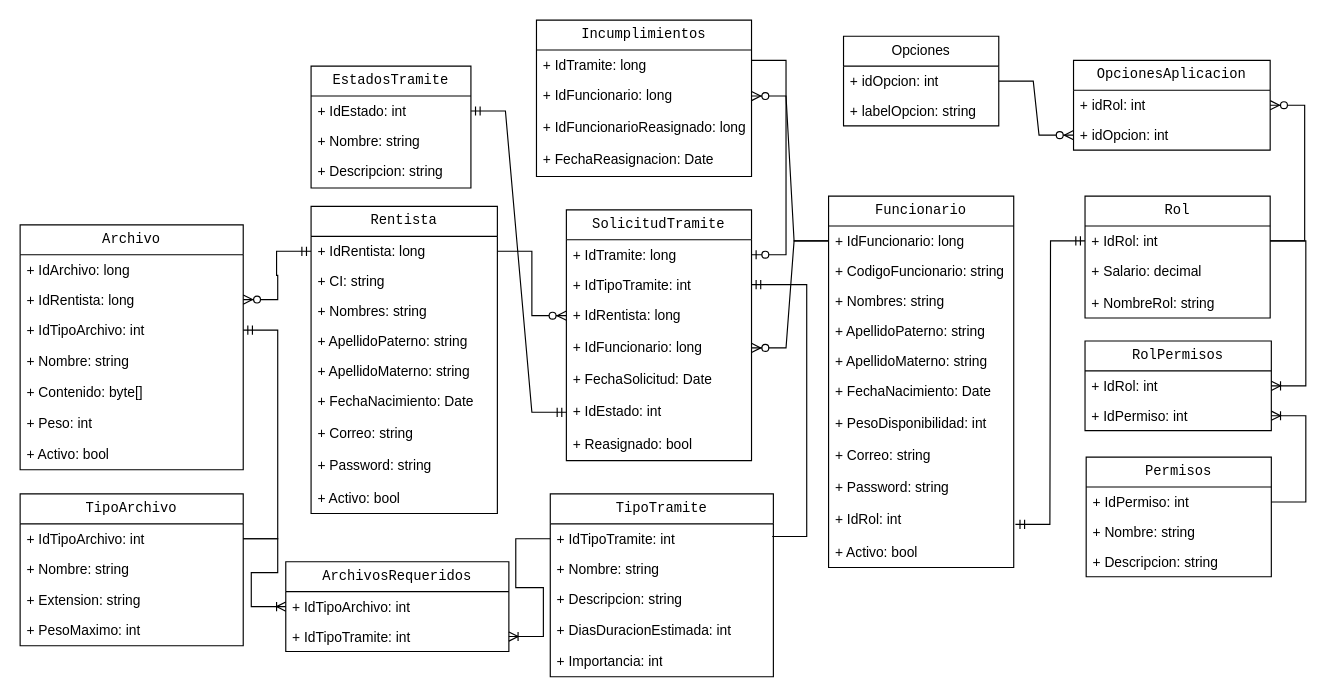
This is Documentacion/diagramaEntidadRelacion.drawio from BiMq0/MiTramite.bo, a draw.io file, before an edit. Source tidied: cells renumbered, new cells numbered last; positions are measured from the earlier drawing's top-left corner, leaving out a move shared by most shapes. Both pictures are drawn from the tidied source at 115%, with x=0, y=0 at pixel (20, 20).
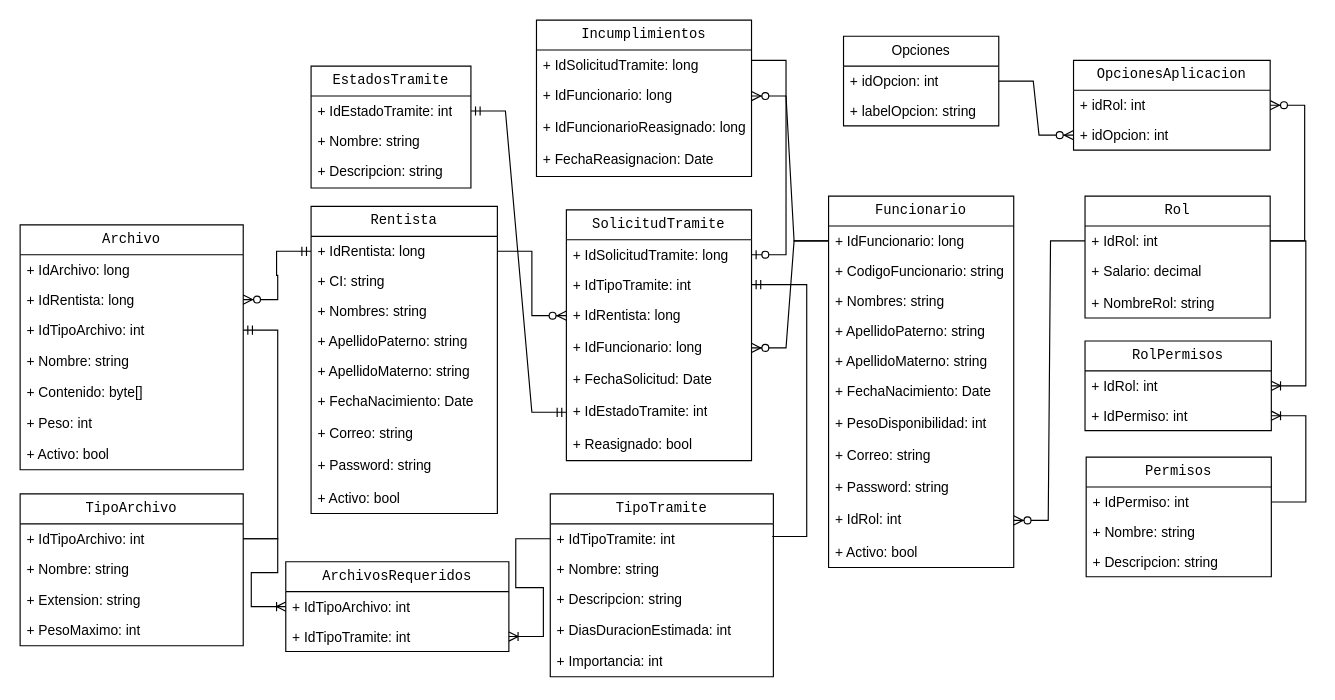
The same page after the edit.

Unchanged cells that the change refers to:
```xml
<mxCell id="22" value="+ IdRol: int" style="text;strokeColor=none;fillColor=none;align=left;verticalAlign=top;spacingLeft=4;spacingRight=4;overflow=hidden;points=[[0,0.5],[1,0.5]];portConstraint=eastwest;whiteSpace=wrap;html=1;labelBackgroundColor=none;" parent="12" vertex="1">
  <mxGeometry y="268" width="161" height="28" as="geometry" />
</mxCell>
<mxCell id="25" value="+ IdRol: int" style="text;strokeColor=none;fillColor=none;align=left;verticalAlign=top;spacingLeft=4;spacingRight=4;overflow=hidden;points=[[0,0.5],[1,0.5]];portConstraint=eastwest;whiteSpace=wrap;html=1;labelBackgroundColor=none;" parent="24" vertex="1">
  <mxGeometry y="26" width="161" height="26" as="geometry" />
</mxCell>
<mxCell id="35" value="SolicitudTramite" style="swimlane;fontStyle=0;horizontal=1;startSize=26;fillColor=none;whiteSpace=wrap;html=1;fontFamily=Courier New;labelBackgroundColor=none;" parent="1" vertex="1">
  <mxGeometry x="475" y="165" width="161" height="218" as="geometry" />
</mxCell>
<mxCell id="49" value="EstadosTramite" style="swimlane;fontStyle=0;horizontal=1;startSize=26;fillColor=none;whiteSpace=wrap;html=1;fontFamily=Courier New;labelBackgroundColor=none;" parent="1" vertex="1">
  <mxGeometry x="253" y="40" width="139" height="106" as="geometry" />
</mxCell>
<mxCell id="69" value="Incumplimientos" style="swimlane;fontStyle=0;horizontal=1;startSize=26;fillColor=none;whiteSpace=wrap;html=1;fontFamily=Courier New;labelBackgroundColor=none;" parent="1" vertex="1">
  <mxGeometry x="449" width="187" height="136" as="geometry" />
</mxCell>
```

Diff of the diagram source:
```diff
@@
-    <mxCell id="36" value="+ IdTramite: long" style="text;strokeColor=none;fillColor=none;align=left;verticalAlign=top;spacingLeft=4;spacingRight=4;overflow=hidden;points=[[0,0.5],[1,0.5]];portConstraint=eastwest;whiteSpace=wrap;html=1;labelBackgroundColor=none;" parent="35" vertex="1">
+    <mxCell id="36" value="+ IdSolicitudTramite: long" style="text;strokeColor=none;fillColor=none;align=left;verticalAlign=top;spacingLeft=4;spacingRight=4;overflow=hidden;points=[[0,0.5],[1,0.5]];portConstraint=eastwest;whiteSpace=wrap;html=1;labelBackgroundColor=none;" parent="35" vertex="1">
       <mxGeometry y="26" width="161" height="26" as="geometry" />
     </mxCell>
@@
-    <mxCell id="41" value="+ IdEstado: int" style="text;strokeColor=none;fillColor=none;align=left;verticalAlign=top;spacingLeft=4;spacingRight=4;overflow=hidden;points=[[0,0.5],[1,0.5]];portConstraint=eastwest;whiteSpace=wrap;html=1;labelBackgroundColor=none;" parent="35" vertex="1">
+    <mxCell id="41" value="+ IdEstadoTramite: int" style="text;strokeColor=none;fillColor=none;align=left;verticalAlign=top;spacingLeft=4;spacingRight=4;overflow=hidden;points=[[0,0.5],[1,0.5]];portConstraint=eastwest;whiteSpace=wrap;html=1;labelBackgroundColor=none;" parent="35" vertex="1">
       <mxGeometry y="162" width="161" height="28" as="geometry" />
     </mxCell>
@@
-    <mxCell id="50" value="+ IdEstado: int" style="text;strokeColor=none;fillColor=none;align=left;verticalAlign=top;spacingLeft=4;spacingRight=4;overflow=hidden;points=[[0,0.5],[1,0.5]];portConstraint=eastwest;whiteSpace=wrap;html=1;labelBackgroundColor=none;" parent="49" vertex="1">
+    <mxCell id="50" value="+ IdEstadoTramite: int" style="text;strokeColor=none;fillColor=none;align=left;verticalAlign=top;spacingLeft=4;spacingRight=4;overflow=hidden;points=[[0,0.5],[1,0.5]];portConstraint=eastwest;whiteSpace=wrap;html=1;labelBackgroundColor=none;" parent="49" vertex="1">
       <mxGeometry y="26" width="139" height="26" as="geometry" />
     </mxCell>
@@
-    <mxCell id="70" value="+ IdTramite: long" style="text;strokeColor=none;fillColor=none;align=left;verticalAlign=top;spacingLeft=4;spacingRight=4;overflow=hidden;whiteSpace=wrap;html=1;labelBackgroundColor=none;" parent="69" vertex="1">
+    <mxCell id="70" value="+ IdSolicitudTramite: long" style="text;strokeColor=none;fillColor=none;align=left;verticalAlign=top;spacingLeft=4;spacingRight=4;overflow=hidden;whiteSpace=wrap;html=1;labelBackgroundColor=none;" parent="69" vertex="1">
       <mxGeometry y="26" width="187" height="26" as="geometry" />
     </mxCell>
@@
-    <mxCell id="79" style="edgeStyle=entityRelationEdgeStyle;fontSize=12;html=1;endArrow=ERmandOne;startArrow=ERmandOne;rounded=0;exitX=1.009;exitY=0.625;exitDx=0;exitDy=0;exitPerimeter=0;entryX=0;entryY=0.5;entryDx=0;entryDy=0;" parent="1" edge="1" source="22" target="25">
-      <mxGeometry relative="1" as="geometry" />
-    </mxCell>
@@
+    <mxCell id="95" style="edgeStyle=entityRelationEdgeStyle;fontSize=12;html=1;endArrow=ERzeroToMany;endFill=1;rounded=0;exitX=0;exitY=0.5;exitDx=0;exitDy=0;entryX=1;entryY=0.5;entryDx=0;entryDy=0;" parent="1" edge="1" source="25" target="22">
+      <mxGeometry relative="1" as="geometry" />
+    </mxCell>
```
